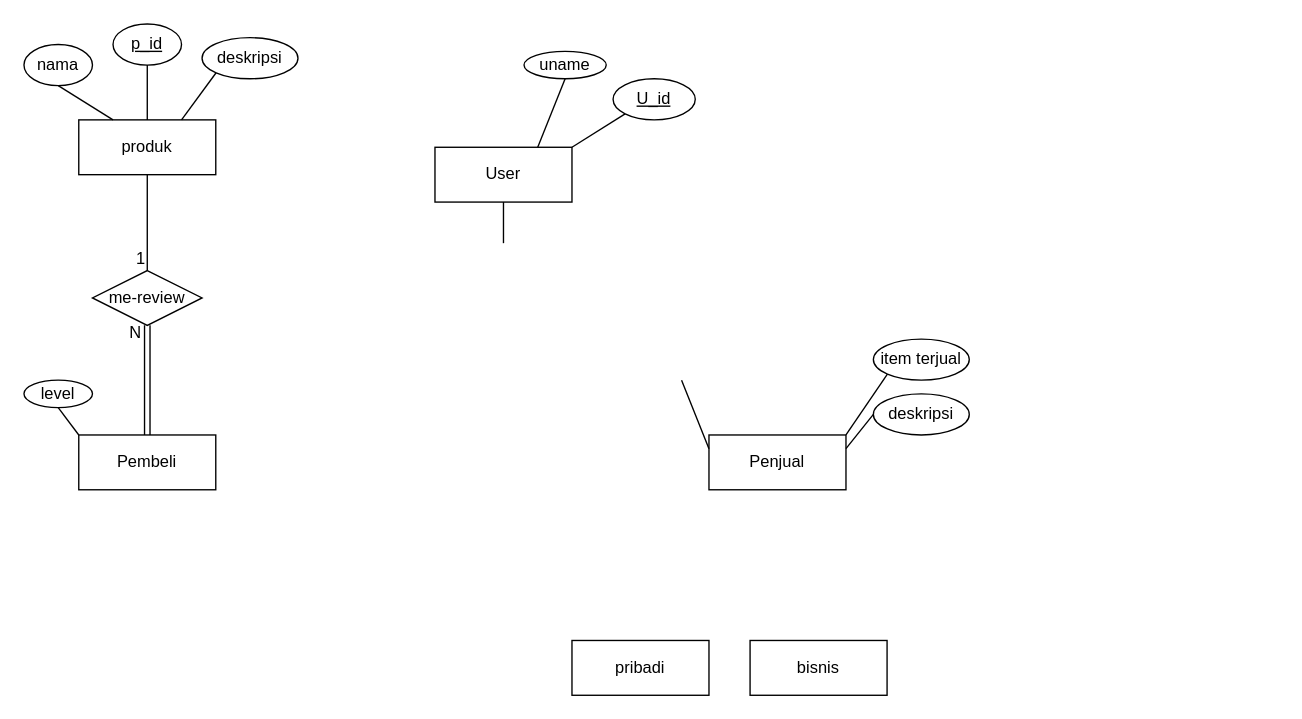
Above: Untitled Diagram.drawio in Ikhwanulhafidz09/Hafidzz (draw.io), before the change. Source tidied: cells renumbered, new cells numbered last; positions are measured from the earlier drawing's top-left corner, leaving out a move shared by most shapes. Both pictures are drawn from the tidied source at 137%, with x=0, y=0 at pixel (23, 23).
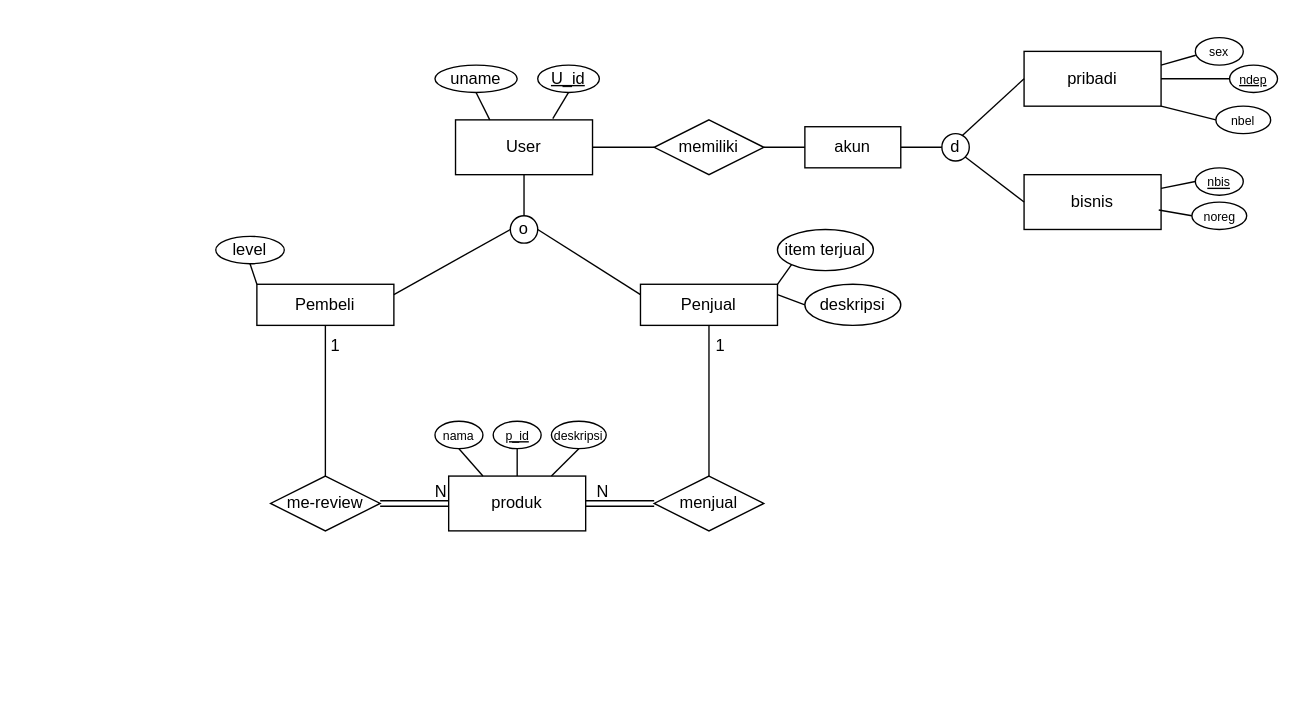
The same page after the edit.

Commit message:
praktikum sbd

The edit, as a diff of the source:
```diff
@@
     <mxCell id="2" value="User" style="whiteSpace=wrap;html=1;align=center;" parent="1" vertex="1">
-      <mxGeometry x="300" y="90" width="100" height="40" as="geometry" />
+      <mxGeometry x="315" y="70" width="100" height="40" as="geometry" />
     </mxCell>
     <mxCell id="3" value="Pembeli" style="whiteSpace=wrap;html=1;align=center;" parent="1" vertex="1">
-      <mxGeometry x="40" y="300" width="100" height="40" as="geometry" />
+      <mxGeometry x="170" y="190" width="100" height="30" as="geometry" />
     </mxCell>
     <mxCell id="4" value="Penjual" style="whiteSpace=wrap;html=1;align=center;" parent="1" vertex="1">
-      <mxGeometry x="500" y="300" width="100" height="40" as="geometry" />
+      <mxGeometry x="450" y="190" width="100" height="30" as="geometry" />
     </mxCell>
     <mxCell id="5" value="uname" style="ellipse;whiteSpace=wrap;html=1;align=center;" parent="1" vertex="1">
-      <mxGeometry x="365" y="20" width="60" height="20" as="geometry" />
+      <mxGeometry x="300" y="30" width="60" height="20" as="geometry" />
     </mxCell>
-    <mxCell id="6" style="endArrow=none;html=1;rounded=0;entryX=0.5;entryY=1;entryDx=0;entryDy=0;exitX=0.5;exitY=0;exitDx=0;exitDy=0;" parent="1" edge="1" target="2">
-      <mxGeometry relative="1" as="geometry">
-        <mxPoint x="350" y="160" as="sourcePoint" />
-      </mxGeometry>
-    </mxCell>
-    <mxCell id="7" style="endArrow=none;html=1;rounded=0;entryX=0;entryY=0.25;entryDx=0;entryDy=0;" parent="1" edge="1" target="4">
-      <mxGeometry relative="1" as="geometry">
-        <mxPoint x="480" y="260" as="sourcePoint" />
-      </mxGeometry>
-    </mxCell>
     <mxCell id="8" value="U_id" style="ellipse;whiteSpace=wrap;html=1;align=center;fontStyle=4;" parent="1" vertex="1">
-      <mxGeometry x="430" y="40" width="60" height="30" as="geometry" />
+      <mxGeometry x="375" y="30" width="45" height="20" as="geometry" />
     </mxCell>
-    <mxCell id="9" style="endArrow=none;html=1;rounded=0;entryX=0;entryY=1;entryDx=0;entryDy=0;exitX=1;exitY=0;exitDx=0;exitDy=0;" parent="1" edge="1" source="2" target="8">
+    <mxCell id="9" style="endArrow=none;html=1;rounded=0;entryX=0.5;entryY=1;entryDx=0;entryDy=0;exitX=0.71;exitY=-0.021;exitDx=0;exitDy=0;exitPerimeter=0;" parent="1" edge="1" source="2" target="8">
       <mxGeometry relative="1" as="geometry" />
     </mxCell>
-    <mxCell id="10" style="endArrow=none;html=1;rounded=0;entryX=0.5;entryY=1;entryDx=0;entryDy=0;exitX=0.75;exitY=0;exitDx=0;exitDy=0;" parent="1" edge="1" source="2" target="5">
+    <mxCell id="10" style="endArrow=none;html=1;rounded=0;entryX=0.5;entryY=1;entryDx=0;entryDy=0;exitX=0.25;exitY=0;exitDx=0;exitDy=0;" parent="1" edge="1" source="2" target="5">
       <mxGeometry relative="1" as="geometry" />
     </mxCell>
     <mxCell id="11" value="item terjual" style="ellipse;whiteSpace=wrap;html=1;align=center;" parent="1" vertex="1">
-      <mxGeometry x="620" y="230" width="70" height="30" as="geometry" />
+      <mxGeometry x="550" y="150" width="70" height="30" as="geometry" />
     </mxCell>
     <mxCell id="12" value="level" style="ellipse;whiteSpace=wrap;html=1;align=center;" parent="1" vertex="1">
-      <mxGeometry y="260" width="50" height="20" as="geometry" />
+      <mxGeometry x="140" y="155" width="50" height="20" as="geometry" />
     </mxCell>
@@
     <mxCell id="15" value="deskripsi" style="ellipse;whiteSpace=wrap;html=1;align=center;" parent="1" vertex="1">
-      <mxGeometry x="620" y="270" width="70" height="30" as="geometry" />
+      <mxGeometry x="570" y="190" width="70" height="30" as="geometry" />
     </mxCell>
@@
     <mxCell id="17" value="produk" style="whiteSpace=wrap;html=1;align=center;" parent="1" vertex="1">
-      <mxGeometry x="40" y="70" width="100" height="40" as="geometry" />
+      <mxGeometry x="310" y="330" width="100" height="40" as="geometry" />
     </mxCell>
-    <mxCell id="18" value="nama" style="ellipse;whiteSpace=wrap;html=1;align=center;" parent="1" vertex="1">
-      <mxGeometry y="15" width="50" height="30" as="geometry" />
+    <mxCell id="18" value="&lt;font style=&quot;font-size: 9px;&quot;&gt;nama&lt;/font&gt;" style="ellipse;whiteSpace=wrap;html=1;align=center;" parent="1" vertex="1">
+      <mxGeometry x="300" y="290" width="35" height="20" as="geometry" />
     </mxCell>
-    <mxCell id="19" value="p_id" style="ellipse;whiteSpace=wrap;html=1;align=center;fontStyle=4;" parent="1" vertex="1">
-      <mxGeometry x="65" width="50" height="30" as="geometry" />
+    <mxCell id="19" value="&lt;font style=&quot;font-size: 9px;&quot;&gt;p_id&lt;/font&gt;" style="ellipse;whiteSpace=wrap;html=1;align=center;fontStyle=4;" parent="1" vertex="1">
+      <mxGeometry x="342.5" y="290" width="35" height="20" as="geometry" />
     </mxCell>
-    <mxCell id="20" value="deskripsi" style="ellipse;whiteSpace=wrap;html=1;align=center;" parent="1" vertex="1">
-      <mxGeometry x="130" y="10" width="70" height="30" as="geometry" />
+    <mxCell id="20" value="&lt;font style=&quot;font-size: 9px;&quot;&gt;deskripsi&lt;/font&gt;" style="ellipse;whiteSpace=wrap;html=1;align=center;" parent="1" vertex="1">
+      <mxGeometry x="385" y="290" width="40" height="20" as="geometry" />
     </mxCell>
@@
-    <mxCell id="23" style="endArrow=none;html=1;rounded=0;exitX=0;exitY=1;exitDx=0;exitDy=0;entryX=0.75;entryY=0;entryDx=0;entryDy=0;" parent="1" edge="1" source="20" target="17">
+    <mxCell id="23" style="endArrow=none;html=1;rounded=0;exitX=0.5;exitY=1;exitDx=0;exitDy=0;entryX=0.75;entryY=0;entryDx=0;entryDy=0;" parent="1" edge="1" source="20" target="17">
       <mxGeometry relative="1" as="geometry" />
     </mxCell>
     <mxCell id="24" value="me-review" style="shape=rhombus;perimeter=rhombusPerimeter;whiteSpace=wrap;html=1;align=center;" parent="1" vertex="1">
-      <mxGeometry x="50" y="180" width="80" height="40" as="geometry" />
+      <mxGeometry x="180" y="330" width="80" height="40" as="geometry" />
     </mxCell>
-    <mxCell id="25" style="endArrow=none;html=1;rounded=0;exitX=0.5;exitY=1;exitDx=0;exitDy=0;entryX=0.5;entryY=0;entryDx=0;entryDy=0;" parent="1" edge="1" source="17" target="24">
-      <mxGeometry relative="1" as="geometry" />
-    </mxCell>
-    <mxCell id="26" value="1" style="html=1;whiteSpace=wrap;align=right;verticalAlign=bottom;" parent="25" vertex="1">
-      <mxGeometry x="1" relative="1" as="geometry" />
-    </mxCell>
-    <mxCell id="27" style="shape=link;html=1;rounded=0;entryX=0.5;entryY=1;entryDx=0;entryDy=0;exitX=0.5;exitY=0;exitDx=0;exitDy=0;" parent="1" edge="1" source="3" target="24">
-      <mxGeometry relative="1" as="geometry" />
-    </mxCell>
-    <mxCell id="28" value="N" style="html=1;whiteSpace=wrap;align=right;verticalAlign=bottom;" parent="27" vertex="1">
-      <mxGeometry x="1" relative="1" as="geometry">
-        <mxPoint x="-3" y="14" as="offset" />
-      </mxGeometry>
-    </mxCell>
-    <mxCell id="29" value="pribadi" style="whiteSpace=wrap;html=1;align=center;" parent="1" vertex="1">
-      <mxGeometry x="400" y="450" width="100" height="40" as="geometry" />
+    <mxCell id="29" value="bisnis" style="whiteSpace=wrap;html=1;align=center;" parent="1" vertex="1">
+      <mxGeometry x="730" y="110" width="100" height="40" as="geometry" />
     </mxCell>
-    <mxCell id="30" value="bisnis" style="whiteSpace=wrap;html=1;align=center;" parent="1" vertex="1">
-      <mxGeometry x="530" y="450" width="100" height="40" as="geometry" />
+    <mxCell id="30" value="pribadi" style="whiteSpace=wrap;html=1;align=center;" parent="1" vertex="1">
+      <mxGeometry x="730" y="20" width="100" height="40" as="geometry" />
     </mxCell>
+    <mxCell id="31" value="o" style="ellipse;whiteSpace=wrap;html=1;" parent="1" vertex="1">
+      <mxGeometry x="355" y="140" width="20" height="20" as="geometry" />
+    </mxCell>
+    <mxCell id="32" style="endArrow=none;html=1;rounded=0;exitX=0.5;exitY=0;exitDx=0;exitDy=0;entryX=0.5;entryY=1;entryDx=0;entryDy=0;" parent="1" edge="1" source="31" target="2">
+      <mxGeometry relative="1" as="geometry" />
+    </mxCell>
+    <mxCell id="33" style="endArrow=none;html=1;rounded=0;exitX=1;exitY=0.25;exitDx=0;exitDy=0;entryX=0;entryY=0.5;entryDx=0;entryDy=0;" parent="1" edge="1" source="3" target="31">
+      <mxGeometry relative="1" as="geometry" />
+    </mxCell>
+    <mxCell id="34" style="endArrow=none;html=1;rounded=0;exitX=1;exitY=0.5;exitDx=0;exitDy=0;entryX=0;entryY=0.25;entryDx=0;entryDy=0;" parent="1" edge="1" source="31" target="4">
+      <mxGeometry relative="1" as="geometry" />
+    </mxCell>
+    <mxCell id="35" value="menjual" style="shape=rhombus;perimeter=rhombusPerimeter;whiteSpace=wrap;html=1;align=center;" parent="1" vertex="1">
+      <mxGeometry x="460" y="330" width="80" height="40" as="geometry" />
+    </mxCell>
+    <mxCell id="36" style="endArrow=none;html=1;rounded=0;entryX=0;entryY=0.5;entryDx=0;entryDy=0;" parent="1" edge="1" source="2" target="37">
+      <mxGeometry relative="1" as="geometry" />
+    </mxCell>
+    <mxCell id="37" value="memiliki" style="shape=rhombus;perimeter=rhombusPerimeter;whiteSpace=wrap;html=1;align=center;" parent="1" vertex="1">
+      <mxGeometry x="460" y="70" width="80" height="40" as="geometry" />
+    </mxCell>
+    <mxCell id="38" value="d" style="ellipse;whiteSpace=wrap;html=1;" parent="1" vertex="1">
+      <mxGeometry x="670" y="80" width="20" height="20" as="geometry" />
+    </mxCell>
+    <mxCell id="39" style="endArrow=none;html=1;rounded=0;entryX=0;entryY=0.5;entryDx=0;entryDy=0;exitX=1;exitY=1;exitDx=0;exitDy=0;" parent="1" edge="1" source="38" target="29">
+      <mxGeometry relative="1" as="geometry" />
+    </mxCell>
+    <mxCell id="40" style="endArrow=none;html=1;rounded=0;entryX=0;entryY=0.5;entryDx=0;entryDy=0;exitX=1;exitY=0.5;exitDx=0;exitDy=0;" parent="1" edge="1" source="42" target="38">
+      <mxGeometry relative="1" as="geometry" />
+    </mxCell>
+    <mxCell id="41" style="endArrow=none;html=1;rounded=0;entryX=0;entryY=0.5;entryDx=0;entryDy=0;exitX=0.737;exitY=0.079;exitDx=0;exitDy=0;exitPerimeter=0;" parent="1" edge="1" source="38" target="30">
+      <mxGeometry relative="1" as="geometry" />
+    </mxCell>
+    <mxCell id="42" value="akun" style="whiteSpace=wrap;html=1;align=center;" parent="1" vertex="1">
+      <mxGeometry x="570" y="75" width="70" height="30" as="geometry" />
+    </mxCell>
+    <mxCell id="43" value="&lt;font style=&quot;font-size: 9px;&quot;&gt;sex&lt;/font&gt;" style="ellipse;whiteSpace=wrap;html=1;align=center;" parent="1" vertex="1">
+      <mxGeometry x="855" y="10" width="35" height="20" as="geometry" />
+    </mxCell>
+    <mxCell id="44" value="&lt;font style=&quot;font-size: 9px;&quot;&gt;ndep&lt;/font&gt;" style="ellipse;whiteSpace=wrap;html=1;align=center;fontStyle=4;" parent="1" vertex="1">
+      <mxGeometry x="880" y="30" width="35" height="20" as="geometry" />
+    </mxCell>
+    <mxCell id="45" value="&lt;font style=&quot;font-size: 9px;&quot;&gt;nbel&lt;/font&gt;" style="ellipse;whiteSpace=wrap;html=1;align=center;" parent="1" vertex="1">
+      <mxGeometry x="870" y="60" width="40" height="20" as="geometry" />
+    </mxCell>
+    <mxCell id="46" style="endArrow=none;html=1;rounded=0;exitX=0;exitY=0.5;exitDx=0;exitDy=0;entryX=1;entryY=1;entryDx=0;entryDy=0;" parent="1" edge="1" source="45" target="30">
+      <mxGeometry relative="1" as="geometry" />
+    </mxCell>
+    <mxCell id="47" style="endArrow=none;html=1;rounded=0;exitX=0;exitY=0.5;exitDx=0;exitDy=0;entryX=1;entryY=0.5;entryDx=0;entryDy=0;" parent="1" edge="1" source="44" target="30">
+      <mxGeometry relative="1" as="geometry" />
+    </mxCell>
+    <mxCell id="48" style="endArrow=none;html=1;rounded=0;exitX=0.01;exitY=0.641;exitDx=0;exitDy=0;entryX=1;entryY=0.25;entryDx=0;entryDy=0;exitPerimeter=0;" parent="1" edge="1" source="43" target="30">
+      <mxGeometry relative="1" as="geometry" />
+    </mxCell>
+    <mxCell id="49" value="&lt;font style=&quot;font-size: 9px;&quot;&gt;noreg&lt;/font&gt;" style="ellipse;whiteSpace=wrap;html=1;align=center;" parent="1" vertex="1">
+      <mxGeometry x="852.5" y="130" width="40" height="20" as="geometry" />
+    </mxCell>
+    <mxCell id="50" style="endArrow=none;html=1;rounded=0;exitX=0;exitY=0.5;exitDx=0;exitDy=0;entryX=0.983;entryY=0.644;entryDx=0;entryDy=0;entryPerimeter=0;" parent="1" edge="1" source="49" target="29">
+      <mxGeometry relative="1" as="geometry" />
+    </mxCell>
+    <mxCell id="51" value="&lt;font style=&quot;font-size: 9px;&quot;&gt;nbis&lt;/font&gt;" style="ellipse;whiteSpace=wrap;html=1;align=center;fontStyle=4;" parent="1" vertex="1">
+      <mxGeometry x="855" y="105" width="35" height="20" as="geometry" />
+    </mxCell>
+    <mxCell id="52" style="endArrow=none;html=1;rounded=0;exitX=0;exitY=0.5;exitDx=0;exitDy=0;entryX=1;entryY=0.25;entryDx=0;entryDy=0;" parent="1" edge="1" source="51" target="29">
+      <mxGeometry relative="1" as="geometry" />
+    </mxCell>
+    <mxCell id="27" style="endArrow=none;html=1;rounded=0;exitX=0.5;exitY=1;exitDx=0;exitDy=0;entryX=0.5;entryY=0;entryDx=0;entryDy=0;" parent="1" edge="1" source="3" target="24">
+      <mxGeometry relative="1" as="geometry" />
+    </mxCell>
+    <mxCell id="53" style="shape=link;html=1;rounded=0;entryX=0;entryY=0.5;entryDx=0;entryDy=0;exitX=1;exitY=0.5;exitDx=0;exitDy=0;" parent="1" edge="1" source="24" target="17">
+      <mxGeometry relative="1" as="geometry" />
+    </mxCell>
+    <mxCell id="54" value="N" style="html=1;whiteSpace=wrap;align=right;verticalAlign=bottom;" parent="53" vertex="1">
+      <mxGeometry x="1" relative="1" as="geometry" />
+    </mxCell>
+    <mxCell id="55" value="1" style="html=1;whiteSpace=wrap;align=right;verticalAlign=bottom;" parent="53" vertex="1">
+      <mxGeometry x="1" relative="1" as="geometry">
+        <mxPoint x="-78" y="-107" as="offset" />
+      </mxGeometry>
+    </mxCell>
+    <mxCell id="56" style="endArrow=none;html=1;rounded=0;entryX=0;entryY=0.5;entryDx=0;entryDy=0;exitX=1;exitY=0.5;exitDx=0;exitDy=0;" parent="1" edge="1" source="37" target="42">
+      <mxGeometry relative="1" as="geometry" />
+    </mxCell>
+    <mxCell id="57" style="endArrow=none;html=1;rounded=0;exitX=0.5;exitY=1;exitDx=0;exitDy=0;entryX=0.5;entryY=0;entryDx=0;entryDy=0;" parent="1" edge="1" source="4" target="35">
+      <mxGeometry relative="1" as="geometry" />
+    </mxCell>
+    <mxCell id="58" style="shape=link;html=1;rounded=0;entryX=0;entryY=0.5;entryDx=0;entryDy=0;exitX=1;exitY=0.5;exitDx=0;exitDy=0;" parent="1" edge="1" source="17" target="35">
+      <mxGeometry relative="1" as="geometry" />
+    </mxCell>
+    <mxCell id="59" value="N" style="html=1;whiteSpace=wrap;align=right;verticalAlign=bottom;" parent="58" vertex="1">
+      <mxGeometry x="1" relative="1" as="geometry">
+        <mxPoint x="-32" as="offset" />
+      </mxGeometry>
+    </mxCell>
+    <mxCell id="60" value="1" style="html=1;whiteSpace=wrap;align=right;verticalAlign=bottom;" parent="58" vertex="1">
+      <mxGeometry x="1" relative="1" as="geometry">
+        <mxPoint x="53" y="-107" as="offset" />
+      </mxGeometry>
+    </mxCell>
```
